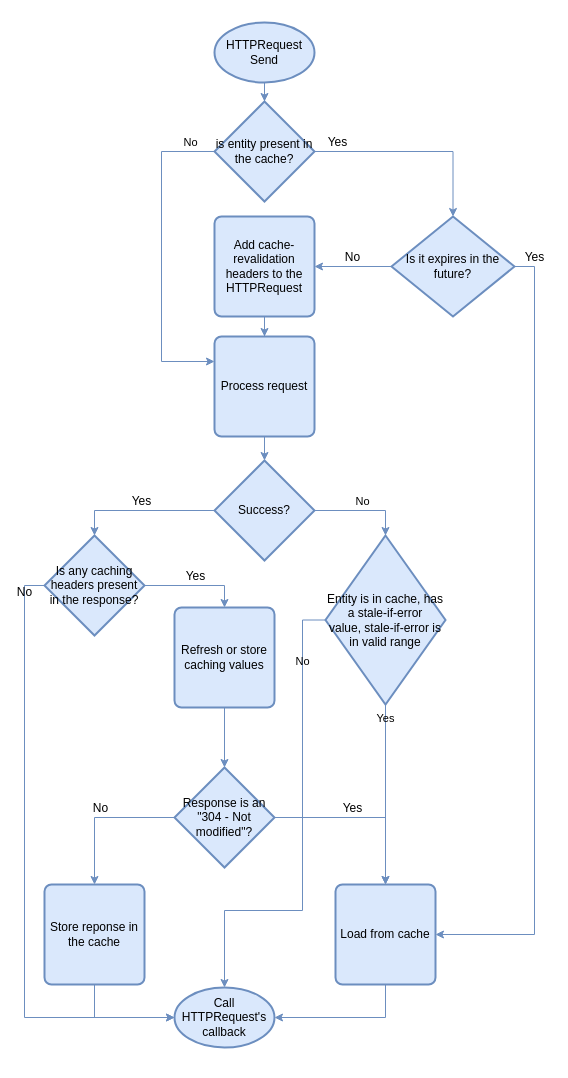
Above: docs/1. HTTP Request/Advanced Topics/media/CachingExplained.drawio in Benedicht/BestHTTP-Documentation (draw.io), before the change. Source tidied: cells renumbered, new cells numbered last; positions are measured from the earlier drawing's top-left corner, leaving out a move shared by most shapes. Both pictures are drawn from the tidied source at 100%, with x=0, y=0 at pixel (44, 22).
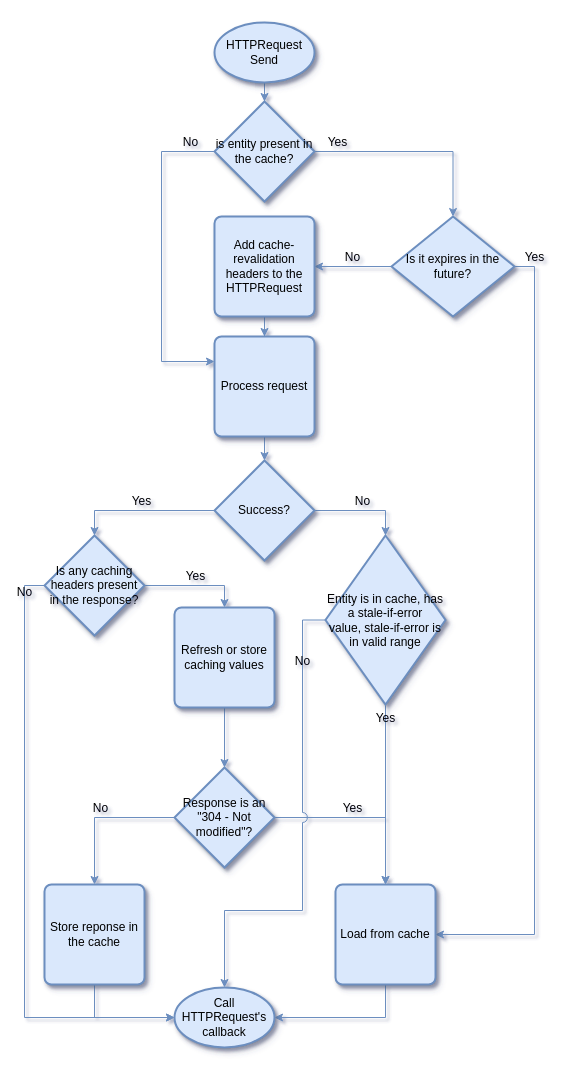
The same diagram, later.

Commit message (it also covers changes not shown here):
Updated flow chart.

The edit, as a diff of the source:
```diff
@@
-<mxGraphModel background="#ffffff">
+<mxGraphModel background="#ffffff" shadow="1">
@@
-    <mxCell id="3" value="HTTPRequest Send" style="strokeWidth=2;shape=mxgraph.flowchart.start_1;whiteSpace=wrap;fillColor=#dae8fc;strokeColor=#6c8ebf;fontSize=12;fontColor=#000000;labelBorderColor=none;html=1;shadow=0;labelBackgroundColor=none;" parent="1" vertex="1">
+    <mxCell id="3" value="HTTPRequest Send" style="strokeWidth=2;shape=mxgraph.flowchart.start_1;whiteSpace=wrap;fillColor=#dae8fc;strokeColor=#6c8ebf;fontSize=12;fontColor=#000000;labelBorderColor=none;html=1;shadow=1;labelBackgroundColor=none;" parent="1" vertex="1">
       <mxGeometry x="170" width="100" height="60" as="geometry" />
     </mxCell>
@@
-    <mxCell id="5" value="No" style="edgeStyle=orthogonalEdgeStyle;rounded=0;jettySize=auto;html=1;entryX=0;entryY=0.25;entryDx=0;entryDy=0;strokeColor=#6C8EBF;labelBackgroundColor=none;fontColor=#000000;verticalAlign=bottom;" parent="1" edge="1" source="6" target="15">
+    <mxCell id="5" value="No" style="edgeStyle=orthogonalEdgeStyle;rounded=0;jettySize=auto;html=1;entryX=0;entryY=0.25;entryDx=0;entryDy=0;strokeColor=#6C8EBF;labelBackgroundColor=none;fontColor=#000000;verticalAlign=bottom;fontSize=12;" parent="1" edge="1" source="6" target="15">
       <mxGeometry x="-0.85" relative="1" as="geometry">
         <Array as="points">
           <mxPoint x="117" y="129" />
           <mxPoint x="117" y="339" />
         </Array>
       </mxGeometry>
     </mxCell>
-    <mxCell id="6" value="is entity present in the cache?" style="strokeWidth=2;shape=mxgraph.flowchart.decision;whiteSpace=wrap;fillColor=#dae8fc;strokeColor=#6c8ebf;fontSize=12;fontColor=#000000;labelBorderColor=none;html=1;shadow=0;labelBackgroundColor=none;" parent="1" vertex="1">
+    <mxCell id="6" value="is entity present in the cache?" style="strokeWidth=2;shape=mxgraph.flowchart.decision;whiteSpace=wrap;fillColor=#dae8fc;strokeColor=#6c8ebf;fontSize=12;fontColor=#000000;labelBorderColor=none;html=1;shadow=1;labelBackgroundColor=none;" parent="1" vertex="1">
       <mxGeometry x="170" y="79" width="100" height="100" as="geometry" />
     </mxCell>
@@
-    <mxCell id="9" value="Is it expires in the future?" style="strokeWidth=2;shape=mxgraph.flowchart.decision;whiteSpace=wrap;shadow=0;fillColor=#dae8fc;strokeColor=#6c8ebf;fontSize=12;fontColor=#000000;labelBorderColor=none;html=1;labelBackgroundColor=none;align=center;verticalAlign=middle;" parent="1" vertex="1">
+    <mxCell id="9" value="Is it expires in the future?" style="strokeWidth=2;shape=mxgraph.flowchart.decision;whiteSpace=wrap;shadow=1;fillColor=#dae8fc;strokeColor=#6c8ebf;fontSize=12;fontColor=#000000;labelBorderColor=none;html=1;labelBackgroundColor=none;align=center;verticalAlign=middle;" parent="1" vertex="1">
       <mxGeometry x="347" y="194" width="123" height="100" as="geometry" />
     </mxCell>
@@
-    <mxCell id="11" value="Load from cache" style="rounded=1;whiteSpace=wrap;absoluteArcSize=1;arcSize=14;strokeWidth=2;fillColor=#dae8fc;strokeColor=#6c8ebf;fontSize=12;fontColor=#000000;labelBorderColor=none;html=1;shadow=0;labelBackgroundColor=none;" parent="1" vertex="1">
+    <mxCell id="11" value="Load from cache" style="rounded=1;whiteSpace=wrap;absoluteArcSize=1;arcSize=14;strokeWidth=2;fillColor=#dae8fc;strokeColor=#6c8ebf;fontSize=12;fontColor=#000000;labelBorderColor=none;html=1;shadow=1;labelBackgroundColor=none;" parent="1" vertex="1">
       <mxGeometry x="291" y="862" width="100" height="100" as="geometry" />
     </mxCell>
-    <mxCell id="12" value="Call HTTPRequest's callback" style="strokeWidth=2;shape=mxgraph.flowchart.start_1;whiteSpace=wrap;fillColor=#dae8fc;strokeColor=#6c8ebf;fontSize=12;fontColor=#000000;labelBorderColor=none;html=1;shadow=0;labelBackgroundColor=none;" parent="1" vertex="1">
+    <mxCell id="12" value="Call HTTPRequest's callback" style="strokeWidth=2;shape=mxgraph.flowchart.start_1;whiteSpace=wrap;fillColor=#dae8fc;strokeColor=#6c8ebf;fontSize=12;fontColor=#000000;labelBorderColor=none;html=1;shadow=1;labelBackgroundColor=none;" parent="1" vertex="1">
       <mxGeometry x="130" y="965" width="100" height="60" as="geometry" />
     </mxCell>
@@
-    <mxCell id="15" value="Process request" style="rounded=1;whiteSpace=wrap;absoluteArcSize=1;arcSize=14;strokeWidth=2;fillColor=#dae8fc;strokeColor=#6c8ebf;fontSize=12;fontColor=#000000;labelBorderColor=none;html=1;shadow=0;labelBackgroundColor=none;" parent="1" vertex="1">
+    <mxCell id="15" value="Process request" style="rounded=1;whiteSpace=wrap;absoluteArcSize=1;arcSize=14;strokeWidth=2;fillColor=#dae8fc;strokeColor=#6c8ebf;fontSize=12;fontColor=#000000;labelBorderColor=none;html=1;shadow=1;labelBackgroundColor=none;" parent="1" vertex="1">
       <mxGeometry x="170" y="314" width="100" height="100" as="geometry" />
     </mxCell>
@@
-    <mxCell id="18" value="Is any caching headers present in the response?" style="strokeWidth=2;shape=mxgraph.flowchart.decision;whiteSpace=wrap;fillColor=#dae8fc;strokeColor=#6c8ebf;fontSize=12;fontColor=#000000;labelBorderColor=none;html=1;shadow=0;labelBackgroundColor=none;" parent="1" vertex="1">
+    <mxCell id="18" value="Is any caching headers present in the response?" style="strokeWidth=2;shape=mxgraph.flowchart.decision;whiteSpace=wrap;fillColor=#dae8fc;strokeColor=#6c8ebf;fontSize=12;fontColor=#000000;labelBorderColor=none;html=1;shadow=1;labelBackgroundColor=none;" parent="1" vertex="1">
       <mxGeometry y="513" width="100" height="100" as="geometry" />
     </mxCell>
@@
-    <mxCell id="20" value="Store reponse in the cache" style="rounded=1;whiteSpace=wrap;absoluteArcSize=1;arcSize=14;strokeWidth=2;fillColor=#dae8fc;strokeColor=#6c8ebf;fontSize=12;fontColor=#000000;labelBorderColor=none;html=1;shadow=0;labelBackgroundColor=none;" parent="1" vertex="1">
+    <mxCell id="20" value="Store reponse in the cache" style="rounded=1;whiteSpace=wrap;absoluteArcSize=1;arcSize=14;strokeWidth=2;fillColor=#dae8fc;strokeColor=#6c8ebf;fontSize=12;fontColor=#000000;labelBorderColor=none;html=1;shadow=1;labelBackgroundColor=none;" parent="1" vertex="1">
       <mxGeometry y="862" width="100" height="100" as="geometry" />
     </mxCell>
@@
-    <mxCell id="22" value="Add cache-revalidation headers to the HTTPRequest" style="rounded=1;whiteSpace=wrap;absoluteArcSize=1;arcSize=14;strokeWidth=2;fillColor=#dae8fc;strokeColor=#6c8ebf;fontSize=12;fontColor=#000000;labelBorderColor=none;html=1;shadow=0;labelBackgroundColor=none;" parent="1" vertex="1">
+    <mxCell id="22" value="Add cache-revalidation headers to the HTTPRequest" style="rounded=1;whiteSpace=wrap;absoluteArcSize=1;arcSize=14;strokeWidth=2;fillColor=#dae8fc;strokeColor=#6c8ebf;fontSize=12;fontColor=#000000;labelBorderColor=none;html=1;shadow=1;labelBackgroundColor=none;" parent="1" vertex="1">
       <mxGeometry x="170" y="194" width="100" height="100" as="geometry" />
     </mxCell>
-    <mxCell id="23" value="Yes" style="edgeStyle=orthogonalEdgeStyle;rounded=0;jettySize=auto;entryX=0.5;entryY=0;entryDx=0;entryDy=0;fillColor=#dae8fc;strokeColor=#6c8ebf;fontSize=12;fontColor=#000000;labelBorderColor=none;html=1;shadow=0;labelBackgroundColor=none;verticalAlign=bottom;" parent="1" edge="1" source="25" target="11">
+    <mxCell id="23" value="Yes" style="edgeStyle=orthogonalEdgeStyle;rounded=0;jettySize=auto;entryX=0.5;entryY=0;entryDx=0;entryDy=0;fillColor=#dae8fc;strokeColor=#6c8ebf;fontSize=12;fontColor=#000000;labelBorderColor=none;html=1;shadow=0;labelBackgroundColor=none;verticalAlign=bottom;jumpStyle=none;" parent="1" edge="1" source="25" target="11">
       <mxGeometry x="-0.12" relative="1" as="geometry" />
     </mxCell>
@@
-    <mxCell id="25" value="Response is an &quot;304 - Not modified&quot;?" style="strokeWidth=2;shape=mxgraph.flowchart.decision;whiteSpace=wrap;align=center;verticalAlign=middle;fillColor=#dae8fc;strokeColor=#6c8ebf;fontSize=12;fontColor=#000000;labelBorderColor=none;html=1;shadow=0;labelBackgroundColor=none;" parent="1" vertex="1">
+    <mxCell id="25" value="Response is an &quot;304 - Not modified&quot;?" style="strokeWidth=2;shape=mxgraph.flowchart.decision;whiteSpace=wrap;align=center;verticalAlign=middle;fillColor=#dae8fc;strokeColor=#6c8ebf;fontSize=12;fontColor=#000000;labelBorderColor=none;html=1;shadow=1;labelBackgroundColor=none;" parent="1" vertex="1">
       <mxGeometry x="130" y="745" width="100" height="100" as="geometry" />
     </mxCell>
@@
-    <mxCell id="27" value="Refresh or store caching values" style="rounded=1;whiteSpace=wrap;absoluteArcSize=1;arcSize=14;strokeWidth=2;shadow=0;fillColor=#dae8fc;strokeColor=#6c8ebf;fontSize=12;fontColor=#000000;labelBorderColor=none;html=1;labelBackgroundColor=none;" parent="1" vertex="1">
+    <mxCell id="27" value="Refresh or store caching values" style="rounded=1;whiteSpace=wrap;absoluteArcSize=1;arcSize=14;strokeWidth=2;shadow=1;fillColor=#dae8fc;strokeColor=#6c8ebf;fontSize=12;fontColor=#000000;labelBorderColor=none;html=1;labelBackgroundColor=none;" parent="1" vertex="1">
       <mxGeometry x="130" y="585" width="100" height="100" as="geometry" />
     </mxCell>
-    <mxCell id="28" value="No" style="edgeStyle=orthogonalEdgeStyle;rounded=0;jettySize=auto;html=1;entryX=0.5;entryY=0;entryDx=0;entryDy=0;entryPerimeter=0;labelBackgroundColor=none;strokeColor=#6C8EBF;fontColor=#000000;verticalAlign=bottom;" parent="1" edge="1" source="29" target="32">
+    <mxCell id="28" value="No" style="edgeStyle=orthogonalEdgeStyle;rounded=0;jettySize=auto;html=1;entryX=0.5;entryY=0;entryDx=0;entryDy=0;entryPerimeter=0;labelBackgroundColor=none;strokeColor=#6C8EBF;fontColor=#000000;verticalAlign=bottom;fontSize=12;" parent="1" edge="1" source="29" target="32">
       <mxGeometry relative="1" as="geometry" />
     </mxCell>
-    <mxCell id="29" value="Success?" style="strokeWidth=2;html=1;shape=mxgraph.flowchart.decision;whiteSpace=wrap;fontColor=#000000;rounded=1;shadow=0;strokeColor=#6c8ebf;fillColor=#dae8fc;labelBackgroundColor=none;labelBorderColor=none;arcSize=14;" parent="1" vertex="1">
+    <mxCell id="29" value="Success?" style="strokeWidth=2;html=1;shape=mxgraph.flowchart.decision;whiteSpace=wrap;fontColor=#000000;rounded=1;shadow=1;strokeColor=#6c8ebf;fillColor=#dae8fc;labelBackgroundColor=none;labelBorderColor=none;arcSize=14;" parent="1" vertex="1">
       <mxGeometry x="170" y="438" width="100" height="100" as="geometry" />
     </mxCell>
-    <mxCell id="30" value="Yes" style="edgeStyle=orthogonalEdgeStyle;rounded=0;jettySize=auto;html=1;exitX=0.5;exitY=1;exitDx=0;exitDy=0;exitPerimeter=0;entryX=0.5;entryY=0;entryDx=0;entryDy=0;labelBackgroundColor=none;strokeColor=#6C8EBF;fontColor=#000000;verticalAlign=bottom;" parent="1" edge="1" source="32" target="11">
+    <mxCell id="30" value="Yes" style="edgeStyle=orthogonalEdgeStyle;rounded=0;jettySize=auto;html=1;exitX=0.5;exitY=1;exitDx=0;exitDy=0;exitPerimeter=0;entryX=0.5;entryY=0;entryDx=0;entryDy=0;labelBackgroundColor=none;strokeColor=#6C8EBF;fontColor=#000000;verticalAlign=bottom;fontSize=12;" parent="1" edge="1" source="32" target="11">
       <mxGeometry x="-0.75" relative="1" as="geometry" />
     </mxCell>
-    <mxCell id="31" value="No" style="edgeStyle=orthogonalEdgeStyle;rounded=0;jettySize=auto;html=1;entryX=0.5;entryY=0;entryDx=0;entryDy=0;entryPerimeter=0;labelBackgroundColor=none;strokeColor=#6C8EBF;fontColor=#000000;exitX=0;exitY=0.5;exitDx=0;exitDy=0;exitPerimeter=0;verticalAlign=bottom;" parent="1" edge="1" source="32" target="12">
+    <mxCell id="31" value="No" style="edgeStyle=orthogonalEdgeStyle;rounded=0;jettySize=auto;html=1;entryX=0.5;entryY=0;entryDx=0;entryDy=0;entryPerimeter=0;labelBackgroundColor=none;strokeColor=#6C8EBF;fontColor=#000000;exitX=0;exitY=0.5;exitDx=0;exitDy=0;exitPerimeter=0;verticalAlign=bottom;jumpStyle=arc;shadow=0;comic=0;jumpSize=10;fontSize=12;" parent="1" edge="1" source="32" target="12">
       <mxGeometry x="-0.69" relative="1" as="geometry">
         <Array as="points">
           <mxPoint x="258" y="598" />
           <mxPoint x="258" y="888" />
           <mxPoint x="180" y="888" />
         </Array>
       </mxGeometry>
     </mxCell>
-    <mxCell id="32" value="Entity is in cache, has a stale-if-error value,&amp;nbsp;stale-if-error is in valid range" style="strokeWidth=2;html=1;shape=mxgraph.flowchart.decision;whiteSpace=wrap;rounded=1;shadow=0;fillColor=#dae8fc;fontColor=#000000;strokeColor=#6c8ebf;labelBackgroundColor=none;labelBorderColor=none;arcSize=14;" parent="1" vertex="1">
+    <mxCell id="32" value="Entity is in cache, has a stale-if-error value,&amp;nbsp;stale-if-error is in valid range" style="strokeWidth=2;html=1;shape=mxgraph.flowchart.decision;whiteSpace=wrap;rounded=1;shadow=1;fillColor=#dae8fc;fontColor=#000000;strokeColor=#6c8ebf;labelBackgroundColor=none;labelBorderColor=none;arcSize=14;" parent="1" vertex="1">
       <mxGeometry x="281" y="513" width="120" height="169" as="geometry" />
     </mxCell>
```
